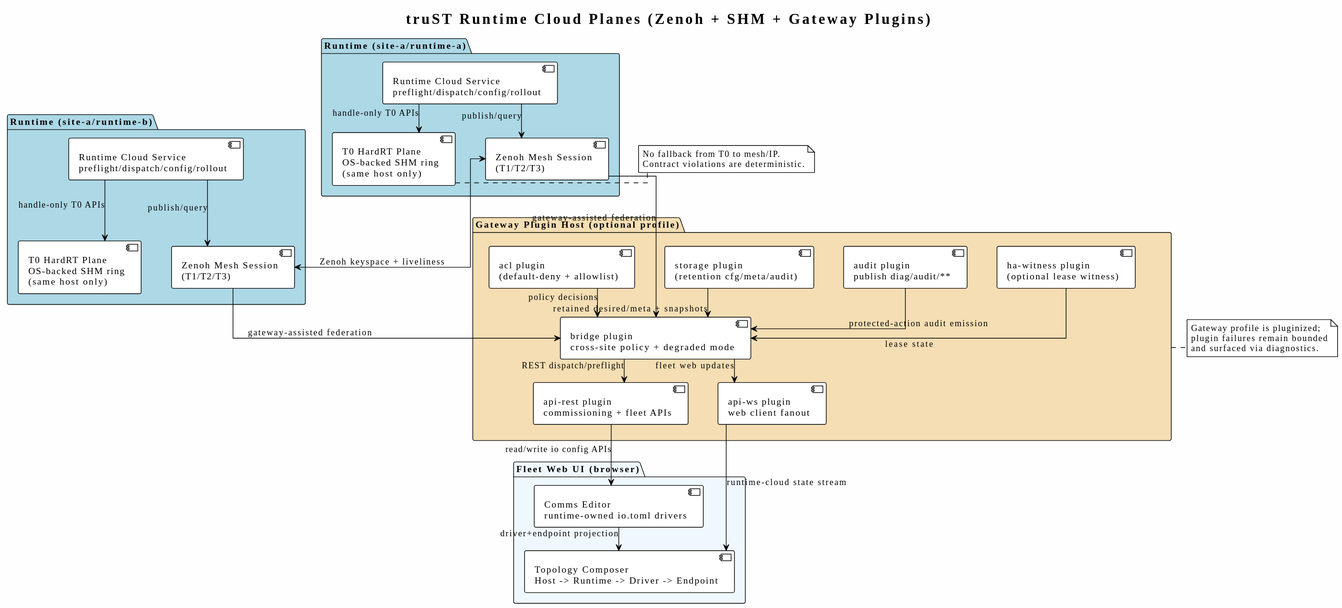
Earlier version of the PlantUML export docs/diagrams/generated/runtime-cloud-planes.svg (johannesPettersson80/trust-platform).
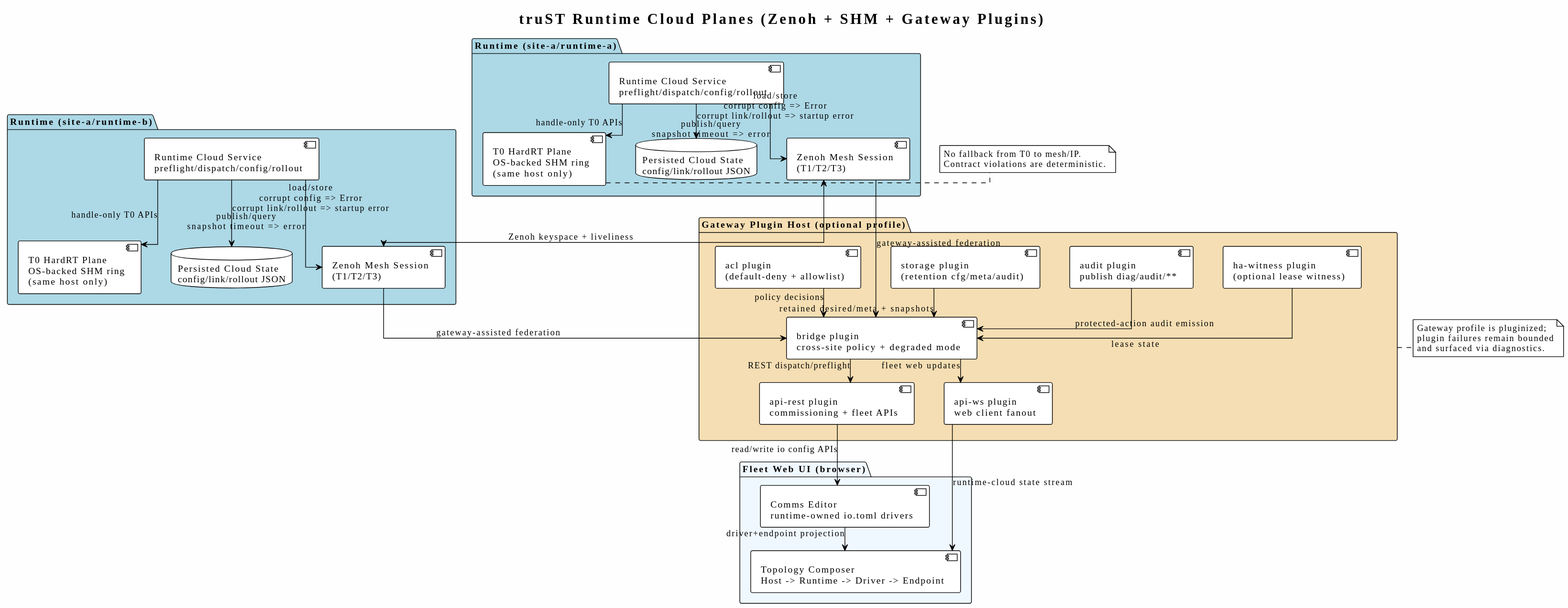
The same diagram one commit later.

What changed in the source:
```diff
@@ -11,12 +11,14 @@
 package "Runtime (site-a/runtime-a)" as runtimeA #LightBlue {
   component "T0 HardRT Plane\nOS-backed SHM ring\n(same host only)" as t0A
   component "Runtime Cloud Service\npreflight/dispatch/config/rollout" as cloudA
+  database "Persisted Cloud State\nconfig/link/rollout JSON" as stateA
   component "Zenoh Mesh Session\n(T1/T2/T3)" as meshA
 }
 
 package "Runtime (site-a/runtime-b)" as runtimeB #LightBlue {
   component "T0 HardRT Plane\nOS-backed SHM ring\n(same host only)" as t0B
   component "Runtime Cloud Service\npreflight/dispatch/config/rollout" as cloudB
+  database "Persisted Cloud State\nconfig/link/rollout JSON" as stateB
   component "Zenoh Mesh Session\n(T1/T2/T3)" as meshB
 }
 
@@ -37,9 +39,11 @@
 
 cloudA --> t0A : handle-only T0 APIs
 cloudB --> t0B : handle-only T0 APIs
+cloudA --> stateA : load/store\ncorrupt config => Error\ncorrupt link/rollout => startup error
+cloudB --> stateB : load/store\ncorrupt config => Error\ncorrupt link/rollout => startup error
 
-cloudA --> meshA : publish/query
-cloudB --> meshB : publish/query
+cloudA --> meshA : publish/query\nsnapshot timeout => error
+cloudB --> meshB : publish/query\nsnapshot timeout => error
 meshA <--> meshB : Zenoh keyspace + liveliness
 
 meshA --> bridgePlugin : gateway-assisted federation
```
